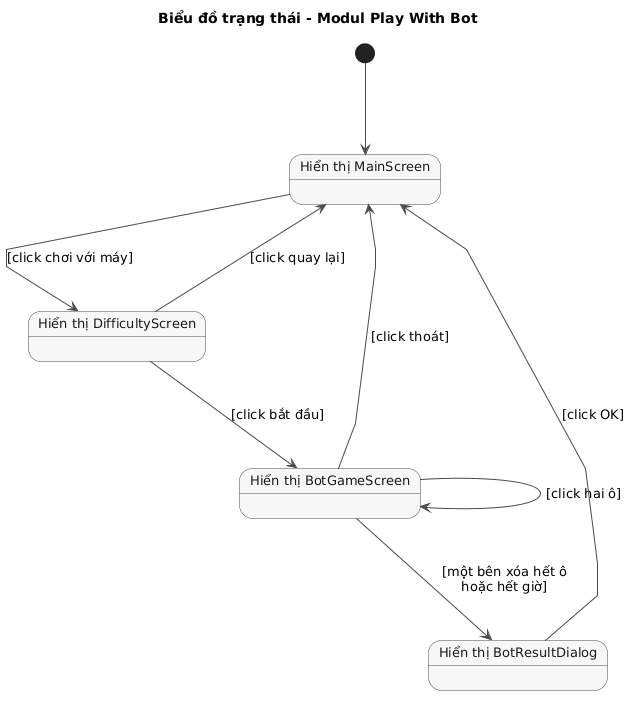
The PlantUML diagram docs/uml/pha2/state-m2.png in VattenL/mobile-pikachu, before a commit. The source it was exported from:
```plantuml
@startuml
title Biểu đồ trạng thái - Modul Play With Bot

skinparam shadowing false
skinparam linetype polyline
skinparam defaultFontSize 13
skinparam nodesep 120
skinparam ranksep 90
skinparam state {
  BackgroundColor #F7F7F7
  BorderColor #4A4A4A
  ArrowColor #4A4A4A
  FontColor #1A1A1A
}

state "Hiển thị MainScreen" as Main
state "Hiển thị DifficultyScreen" as Difficulty
state "Hiển thị BotGameScreen" as Game
state "Hiển thị BotResultDialog" as Result

[*] --> Main
Main --> Difficulty : [click chơi với máy]
Difficulty --> Main : [click quay lại]
Difficulty --> Game : [click bắt đầu]
Game --> Game : [click hai ô]
Game --> Main : [click thoát]
Game --> Result : [một bên xóa hết ô\nhoặc hết giờ]
Result --> Main : [click OK]
@enduml
```
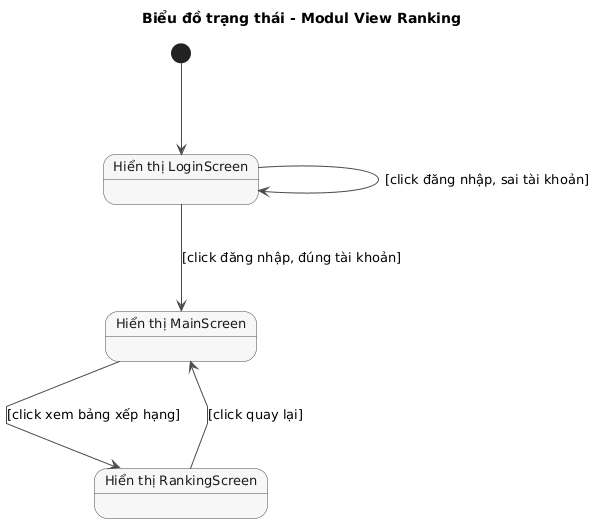
Above is the later version.

What changed in the source:
```diff
@@ -1,5 +1,5 @@
 @startuml
-title Biểu đồ trạng thái - Modul Play With Bot
+title Biểu đồ trạng thái - Modul View Ranking
 
 skinparam shadowing false
 skinparam linetype polyline
@@ -13,17 +13,13 @@
   FontColor #1A1A1A
 }
 
+state "Hiển thị LoginScreen" as Login
 state "Hiển thị MainScreen" as Main
-state "Hiển thị DifficultyScreen" as Difficulty
-state "Hiển thị BotGameScreen" as Game
-state "Hiển thị BotResultDialog" as Result
+state "Hiển thị RankingScreen" as Ranking
 
-[*] --> Main
-Main --> Difficulty : [click chơi với máy]
-Difficulty --> Main : [click quay lại]
-Difficulty --> Game : [click bắt đầu]
-Game --> Game : [click hai ô]
-Game --> Main : [click thoát]
-Game --> Result : [một bên xóa hết ô\nhoặc hết giờ]
-Result --> Main : [click OK]
+[*] --> Login
+Login --> Login : [click đăng nhập, sai tài khoản]
+Login --> Main : [click đăng nhập, đúng tài khoản]
+Main --> Ranking : [click xem bảng xếp hạng]
+Ranking --> Main : [click quay lại]
 @enduml
```
